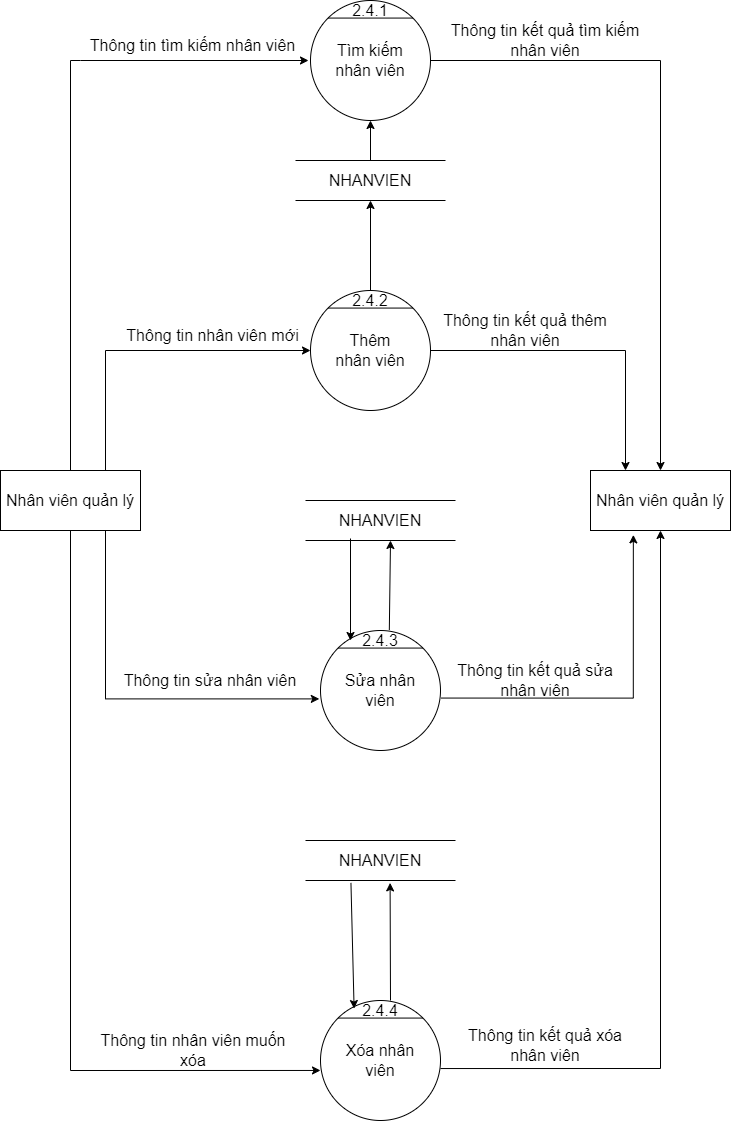
Earlier version of the draw.io export BFD&DFD/BFD&DFD mức 0, 1, 2, 3/DFD_2_QLNV.png (hungtadasuke/CoffeShop_SoftwareTechnology). Source tidied: cells renumbered, new cells last; positions are measured from the earlier drawing's top-left corner, leaving out a move shared by most shapes.
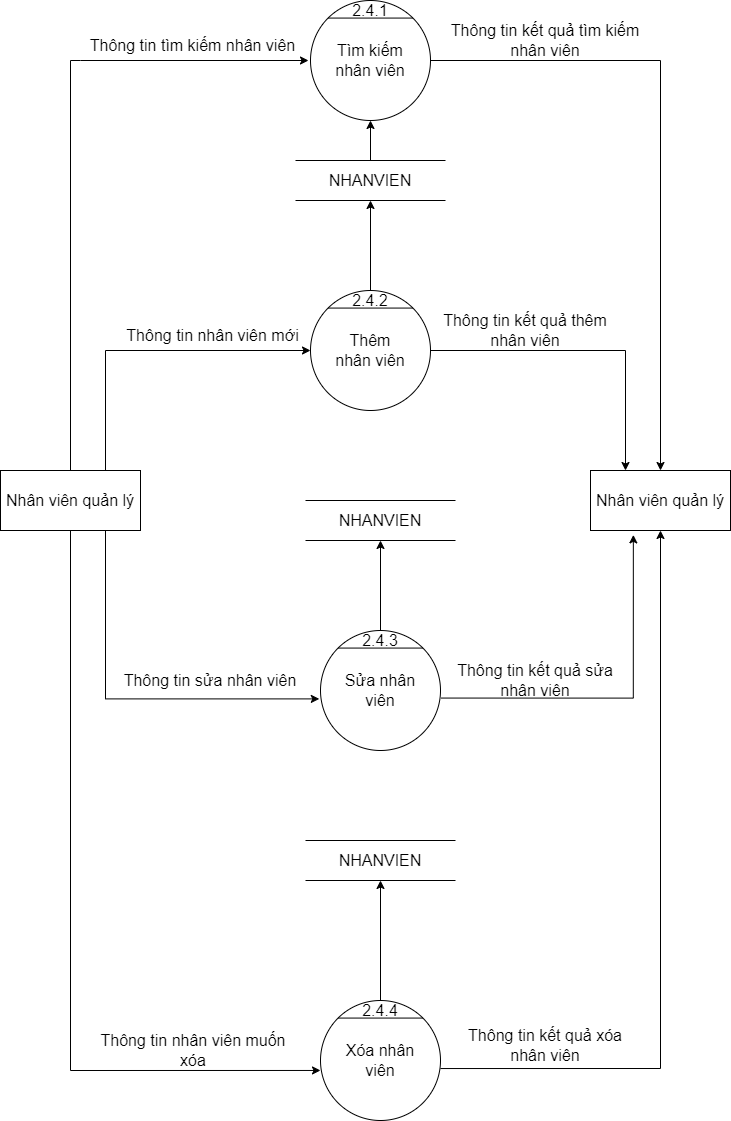
Above is the later version.

Diff of the diagram source:
```diff
@@ -88,16 +88,9 @@
     <mxCell id="25" style="endArrow=classic;html=1;rounded=0;fontSize=16;exitX=0.5;exitY=0;exitDx=0;exitDy=0;entryX=0.5;entryY=1;entryDx=0;entryDy=0;" parent="1" edge="1" source="14" target="20">
       <mxGeometry relative="1" as="geometry" />
     </mxCell>
-    <mxCell id="26" style="endArrow=classic;html=1;rounded=0;fontSize=16;entryX=0.362;entryY=1.004;entryDx=0;entryDy=0;entryPerimeter=0;exitX=0.647;exitY=-0.02;exitDx=0;exitDy=0;exitPerimeter=0;" parent="1" edge="1" source="15">
-      <mxGeometry relative="1" as="geometry">
-        <mxPoint x="390" y="540" as="targetPoint" />
-      </mxGeometry>
+    <mxCell id="26" style="endArrow=classic;html=1;rounded=0;fontSize=16;exitX=0.5;exitY=0;exitDx=0;exitDy=0;" parent="1" edge="1" source="15" target="23">
+      <mxGeometry relative="1" as="geometry" />
     </mxCell>
-    <mxCell id="27" style="endArrow=classic;html=1;rounded=0;fontSize=16;entryX=0;entryY=0.5;entryDx=0;entryDy=0;" parent="1" edge="1" target="15">
-      <mxGeometry relative="1" as="geometry">
-        <mxPoint x="350" y="538" as="sourcePoint" />
-      </mxGeometry>
-    </mxCell>
     <mxCell id="28" value="Thông tin nhân viên mới" style="text;html=1;strokeColor=none;fillColor=none;align=center;verticalAlign=middle;whiteSpace=wrap;rounded=0;fontSize=16;" parent="1" vertex="1">
       <mxGeometry x="115" y="320" width="195" height="30" as="geometry" />
     </mxCell>
@@ -138,10 +131,7 @@
     <mxCell id="39" value="NHANVIEN" style="shape=partialRectangle;whiteSpace=wrap;html=1;left=0;right=0;fillColor=none;fontSize=16;" parent="1" vertex="1">
       <mxGeometry x="305" y="840" width="150" height="40" as="geometry" />
     </mxCell>
-    <mxCell id="40" style="endArrow=classic;html=1;rounded=0;fontSize=16;exitX=0.303;exitY=1.06;exitDx=0;exitDy=0;exitPerimeter=0;entryX=0.28;entryY=0.067;entryDx=0;entryDy=0;entryPerimeter=0;" parent="1" edge="1" source="39" target="33">
-      <mxGeometry relative="1" as="geometry" />
-    </mxCell>
-    <mxCell id="41" style="endArrow=classic;html=1;rounded=0;fontSize=16;exitX=0.75;exitY=0;exitDx=0;exitDy=0;entryX=0.564;entryY=1.06;entryDx=0;entryDy=0;entryPerimeter=0;" parent="1" edge="1" source="36" target="39">
+    <mxCell id="41" style="endArrow=classic;html=1;rounded=0;fontSize=16;exitX=0.5;exitY=0;exitDx=0;exitDy=0;entryX=0.5;entryY=1;entryDx=0;entryDy=0;" parent="1" edge="1" source="36" target="39">
       <mxGeometry relative="1" as="geometry" />
     </mxCell>
     <mxCell id="42" style="edgeStyle=segmentEdgeStyle;endArrow=classic;html=1;rounded=0;exitX=0.5;exitY=1;exitDx=0;exitDy=0;entryX=0;entryY=0.583;entryDx=0;entryDy=0;entryPerimeter=0;" parent="1" edge="1" source="11" target="33">
```
